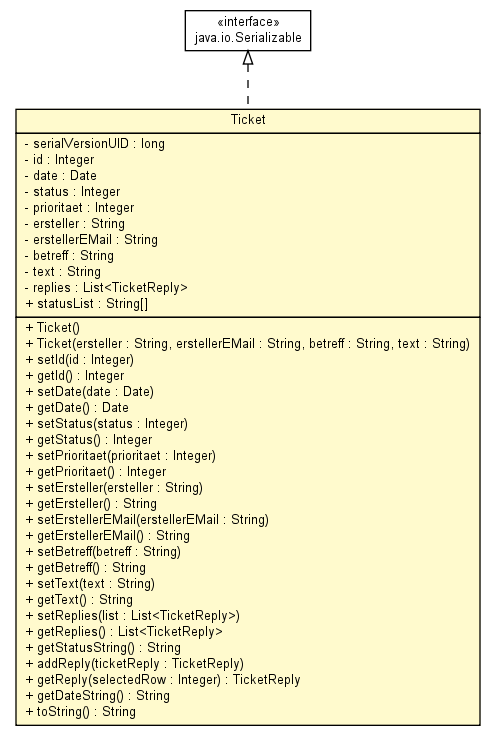
Above: doc/de/articmodding/TroubleTicket/Ticket.png in Dr4K4n/TroubleTicketManagement (Graphviz), before the change. Its source is kept beside it as doc/de/articmodding/TroubleTicket/Ticket.dot.
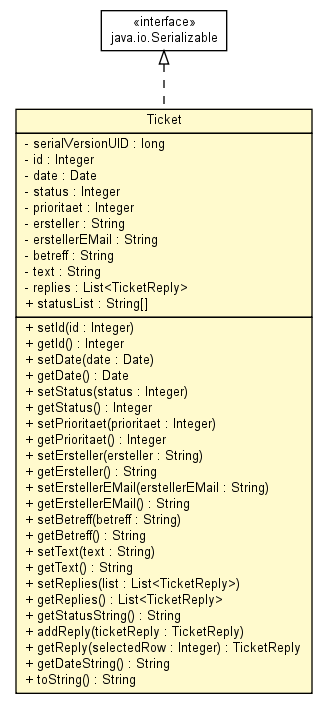
After the commit.

Change to the diagram source:
```diff
@@ -22,8 +22,6 @@
 <tr><td align="left" balign="left"> + statusList : String[] </td></tr>
 		</table></td></tr>
 		<tr><td><table border="0" cellspacing="0" cellpadding="1">
-<tr><td align="left" balign="left"> + Ticket() </td></tr>
-<tr><td align="left" balign="left"> + Ticket(ersteller : String, erstellerEMail : String, betreff : String, text : String) </td></tr>
 <tr><td align="left" balign="left"> + setId(id : Integer) </td></tr>
 <tr><td align="left" balign="left"> + getId() : Integer </td></tr>
 <tr><td align="left" balign="left"> + setDate(date : Date) </td></tr>
```
